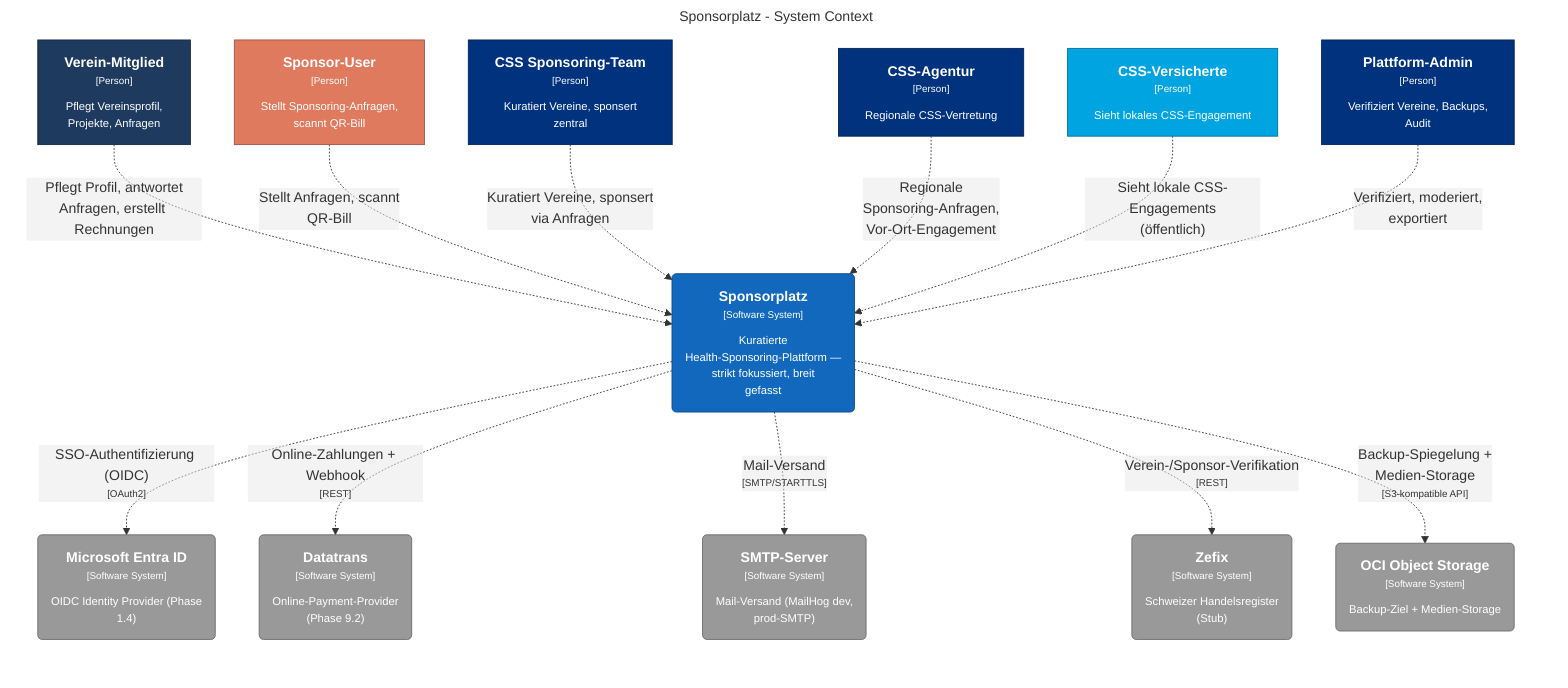
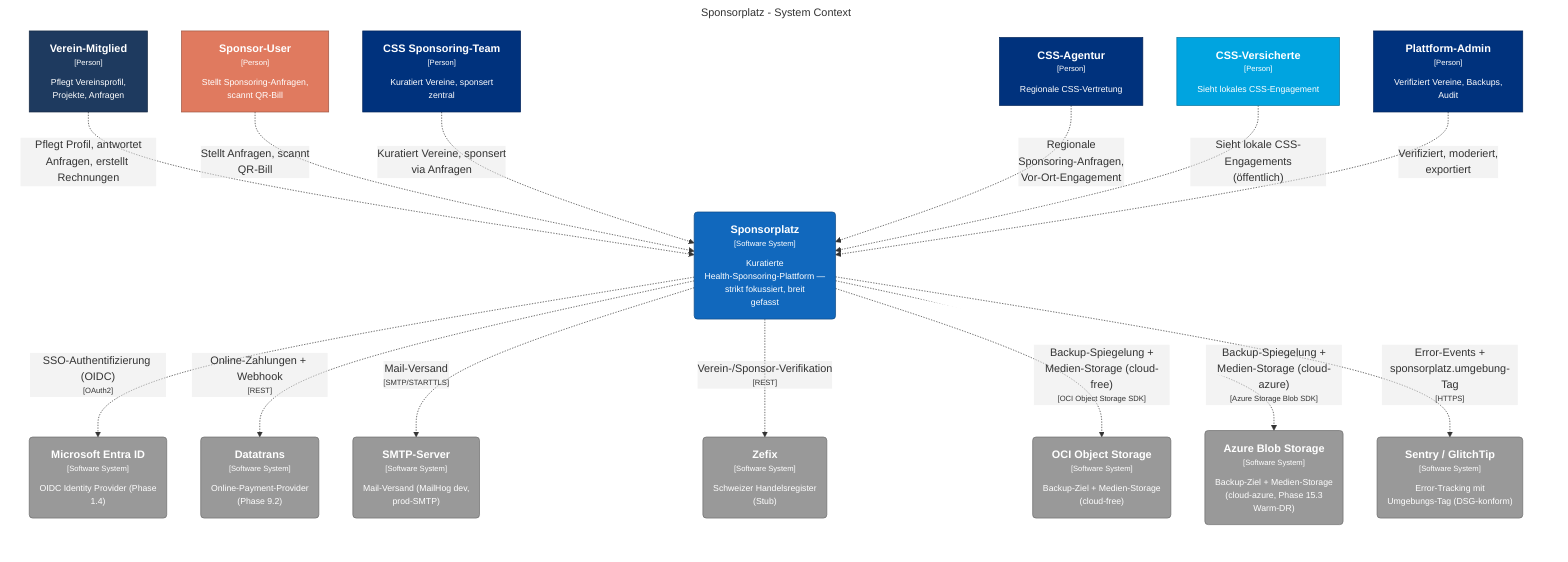
graph LR
  linkStyle default fill:#ffffff

  subgraph diagram ["Sponsorplatz - System Context"]
    style diagram fill:#ffffff,stroke:#ffffff

    1["<div style='font-weight: bold'>Verein-Mitglied</div><div style='font-size: 70%; margin-top: 0px'>[Person]</div><div style='font-size: 80%; margin-top:10px'>Pflegt Vereinsprofil,<br />Projekte, Anfragen</div>"]
    style 1 fill:#1e3a5f,stroke:#152842,color:#ffffff
    10("<div style='font-weight: bold'>Zefix</div><div style='font-size: 70%; margin-top: 0px'>[Software System]</div><div style='font-size: 80%; margin-top:10px'>Schweizer Handelsregister<br />(Stub)</div>")
    style 10 fill:#999999,stroke:#6b6b6b,color:#ffffff
-     11("<div style='font-weight: bold'>OCI Object Storage</div><div style='font-size: 70%; margin-top: 0px'>[Software System]</div><div style='font-size: 80%; margin-top:10px'>Backup-Ziel + Medien-Storage</div>")
+     11("<div style='font-weight: bold'>OCI Object Storage</div><div style='font-size: 70%; margin-top: 0px'>[Software System]</div><div style='font-size: 80%; margin-top:10px'>Backup-Ziel + Medien-Storage<br />(cloud-free)</div>")
    style 11 fill:#999999,stroke:#6b6b6b,color:#ffffff
-     12("<div style='font-weight: bold'>Sponsorplatz</div><div style='font-size: 70%; margin-top: 0px'>[Software System]</div><div style='font-size: 80%; margin-top:10px'>Kuratierte<br />Health-Sponsoring-Plattform —<br />strikt fokussiert, breit<br />gefasst</div>")
-     style 12 fill:#1168bd,stroke:#0b4884,color:#ffffff
+     12("<div style='font-weight: bold'>Azure Blob Storage</div><div style='font-size: 70%; margin-top: 0px'>[Software System]</div><div style='font-size: 80%; margin-top:10px'>Backup-Ziel + Medien-Storage<br />(cloud-azure, Phase 15.3<br />Warm-DR)</div>")
+     style 12 fill:#999999,stroke:#6b6b6b,color:#ffffff
+     13("<div style='font-weight: bold'>Sentry / GlitchTip</div><div style='font-size: 70%; margin-top: 0px'>[Software System]</div><div style='font-size: 80%; margin-top:10px'>Error-Tracking mit<br />Umgebungs-Tag (DSG-konform)</div>")
+     style 13 fill:#999999,stroke:#6b6b6b,color:#ffffff
+     14("<div style='font-weight: bold'>Sponsorplatz</div><div style='font-size: 70%; margin-top: 0px'>[Software System]</div><div style='font-size: 80%; margin-top:10px'>Kuratierte<br />Health-Sponsoring-Plattform —<br />strikt fokussiert, breit<br />gefasst</div>")
+     style 14 fill:#1168bd,stroke:#0b4884,color:#ffffff
    2["<div style='font-weight: bold'>Sponsor-User</div><div style='font-size: 70%; margin-top: 0px'>[Person]</div><div style='font-size: 80%; margin-top:10px'>Stellt Sponsoring-Anfragen,<br />scannt QR-Bill</div>"]
    style 2 fill:#e07a5f,stroke:#9c5542,color:#ffffff
    3["<div style='font-weight: bold'>CSS Sponsoring-Team</div><div style='font-size: 70%; margin-top: 0px'>[Person]</div><div style='font-size: 80%; margin-top:10px'>Kuratiert Vereine, sponsert<br />zentral</div>"]
    style 3 fill:#00327d,stroke:#002357,color:#ffffff
    4["<div style='font-weight: bold'>CSS-Agentur</div><div style='font-size: 70%; margin-top: 0px'>[Person]</div><div style='font-size: 80%; margin-top:10px'>Regionale CSS-Vertretung</div>"]
    style 4 fill:#00327d,stroke:#002357,color:#ffffff
    5["<div style='font-weight: bold'>CSS-Versicherte</div><div style='font-size: 70%; margin-top: 0px'>[Person]</div><div style='font-size: 80%; margin-top:10px'>Sieht lokales CSS-Engagement</div>"]
    style 5 fill:#00a4e0,stroke:#00729c,color:#ffffff
    6["<div style='font-weight: bold'>Plattform-Admin</div><div style='font-size: 70%; margin-top: 0px'>[Person]</div><div style='font-size: 80%; margin-top:10px'>Verifiziert Vereine, Backups,<br />Audit</div>"]
    style 6 fill:#00327d,stroke:#002357,color:#ffffff
    7("<div style='font-weight: bold'>Microsoft Entra ID</div><div style='font-size: 70%; margin-top: 0px'>[Software System]</div><div style='font-size: 80%; margin-top:10px'>OIDC Identity Provider (Phase<br />1.4)</div>")
    style 7 fill:#999999,stroke:#6b6b6b,color:#ffffff
    8("<div style='font-weight: bold'>Datatrans</div><div style='font-size: 70%; margin-top: 0px'>[Software System]</div><div style='font-size: 80%; margin-top:10px'>Online-Payment-Provider<br />(Phase 9.2)</div>")
    style 8 fill:#999999,stroke:#6b6b6b,color:#ffffff
    9("<div style='font-weight: bold'>SMTP-Server</div><div style='font-size: 70%; margin-top: 0px'>[Software System]</div><div style='font-size: 80%; margin-top:10px'>Mail-Versand (MailHog dev,<br />prod-SMTP)</div>")
    style 9 fill:#999999,stroke:#6b6b6b,color:#ffffff

-     1-. "<div>Pflegt Profil, antwortet<br />Anfragen, erstellt Rechnungen</div><div style='font-size: 70%'></div>" .->12
-     2-. "<div>Stellt Anfragen, scannt<br />QR-Bill</div><div style='font-size: 70%'></div>" .->12
-     3-. "<div>Kuratiert Vereine, sponsert<br />via Anfragen</div><div style='font-size: 70%'></div>" .->12
-     4-. "<div>Regionale<br />Sponsoring-Anfragen,<br />Vor-Ort-Engagement</div><div style='font-size: 70%'></div>" .->12
-     5-. "<div>Sieht lokale CSS-Engagements<br />(öffentlich)</div><div style='font-size: 70%'></div>" .->12
-     6-. "<div>Verifiziert, moderiert,<br />exportiert</div><div style='font-size: 70%'></div>" .->12
-     12-. "<div>SSO-Authentifizierung (OIDC)</div><div style='font-size: 70%'>[OAuth2]</div>" .->7
-     12-. "<div>Online-Zahlungen + Webhook</div><div style='font-size: 70%'>[REST]</div>" .->8
-     12-. "<div>Mail-Versand</div><div style='font-size: 70%'>[SMTP/STARTTLS]</div>" .->9
-     12-. "<div>Verein-/Sponsor-Verifikation</div><div style='font-size: 70%'>[REST]</div>" .->10
-     12-. "<div>Backup-Spiegelung +<br />Medien-Storage</div><div style='font-size: 70%'>[S3-kompatible API]</div>" .->11
+     1-. "<div>Pflegt Profil, antwortet<br />Anfragen, erstellt Rechnungen</div><div style='font-size: 70%'></div>" .->14
+     2-. "<div>Stellt Anfragen, scannt<br />QR-Bill</div><div style='font-size: 70%'></div>" .->14
+     3-. "<div>Kuratiert Vereine, sponsert<br />via Anfragen</div><div style='font-size: 70%'></div>" .->14
+     4-. "<div>Regionale<br />Sponsoring-Anfragen,<br />Vor-Ort-Engagement</div><div style='font-size: 70%'></div>" .->14
+     5-. "<div>Sieht lokale CSS-Engagements<br />(öffentlich)</div><div style='font-size: 70%'></div>" .->14
+     6-. "<div>Verifiziert, moderiert,<br />exportiert</div><div style='font-size: 70%'></div>" .->14
+     14-. "<div>SSO-Authentifizierung (OIDC)</div><div style='font-size: 70%'>[OAuth2]</div>" .->7
+     14-. "<div>Online-Zahlungen + Webhook</div><div style='font-size: 70%'>[REST]</div>" .->8
+     14-. "<div>Mail-Versand</div><div style='font-size: 70%'>[SMTP/STARTTLS]</div>" .->9
+     14-. "<div>Verein-/Sponsor-Verifikation</div><div style='font-size: 70%'>[REST]</div>" .->10
+     14-. "<div>Backup-Spiegelung +<br />Medien-Storage (cloud-free)</div><div style='font-size: 70%'>[OCI Object Storage SDK]</div>" .->11
+     14-. "<div>Backup-Spiegelung +<br />Medien-Storage (cloud-azure)</div><div style='font-size: 70%'>[Azure Storage Blob SDK]</div>" .->12
+     14-. "<div>Error-Events +<br />sponsorplatz.umgebung-Tag</div><div style='font-size: 70%'>[HTTPS]</div>" .->13
  end